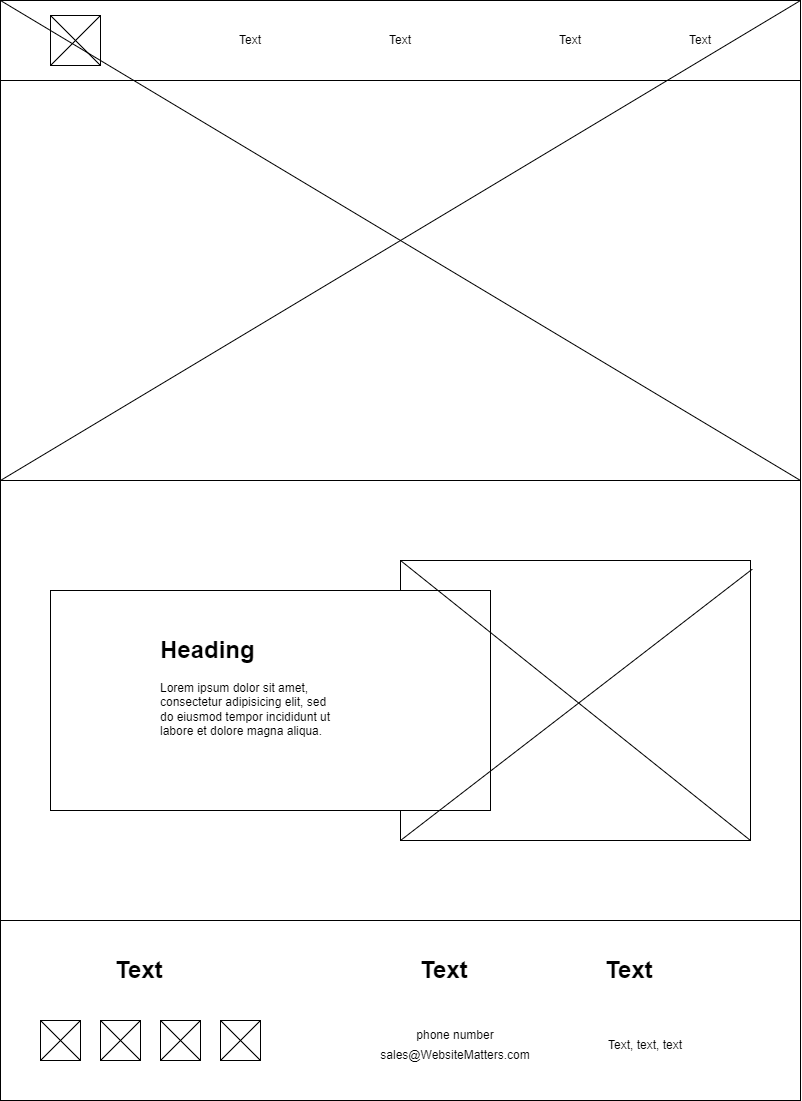
Before: website_matters/images/home_wireframe.png, a diagram exported from draw.io (rociobyui/wdd130). Source tidied: cells renumbered, new cells last; positions are measured from the earlier drawing's top-left corner, leaving out a move shared by most shapes.
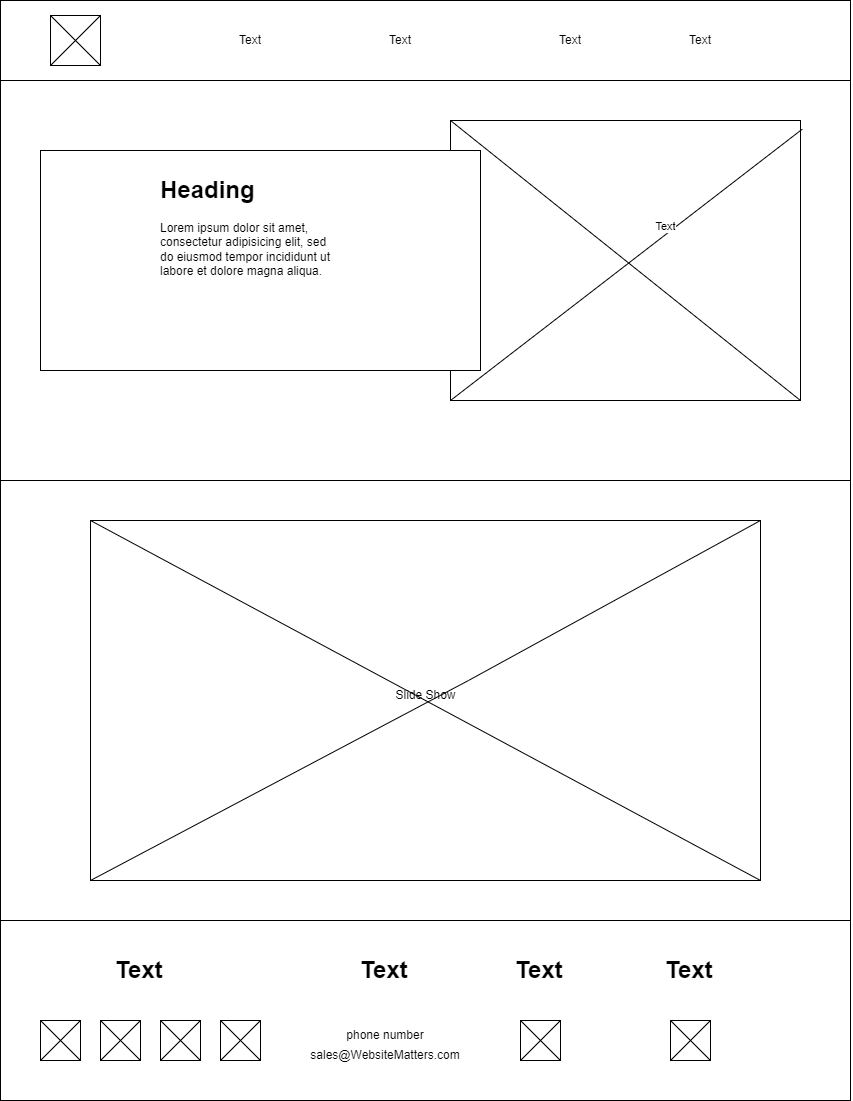
The same diagram one commit later.

What changed in the source:
```diff
@@ -3,7 +3,7 @@
     <mxCell id="0" />
     <mxCell id="1" parent="0" />
     <mxCell id="2" style="rounded=0;whiteSpace=wrap;html=1;" parent="1" vertex="1">
-      <mxGeometry width="800" height="80" as="geometry" />
+      <mxGeometry width="850" height="80" as="geometry" />
     </mxCell>
     <mxCell id="3" style="whiteSpace=wrap;html=1;" parent="1" vertex="1">
       <mxGeometry x="50" y="15" width="50" height="50" as="geometry" />
@@ -15,16 +15,16 @@
       <mxGeometry relative="1" as="geometry" />
     </mxCell>
     <mxCell id="6" style="rounded=0;whiteSpace=wrap;html=1;" parent="1" vertex="1">
-      <mxGeometry y="920" width="800" height="180" as="geometry" />
+      <mxGeometry y="920" width="850" height="180" as="geometry" />
     </mxCell>
     <mxCell id="7" value="&lt;h1&gt;Text&lt;/h1&gt;" style="text;html=1;strokeColor=none;fillColor=none;spacing=5;spacingTop=-20;whiteSpace=wrap;overflow=hidden;rounded=0;" parent="1" vertex="1">
-      <mxGeometry x="600" y="950" width="100" height="40" as="geometry" />
+      <mxGeometry x="660" y="950" width="100" height="40" as="geometry" />
     </mxCell>
     <mxCell id="8" value="sales@WebsiteMatters.com" style="text;html=1;strokeColor=none;fillColor=none;align=center;verticalAlign=middle;whiteSpace=wrap;rounded=0;" parent="1" vertex="1">
-      <mxGeometry x="425" y="1040" width="60" height="30" as="geometry" />
+      <mxGeometry x="355" y="1040" width="60" height="30" as="geometry" />
     </mxCell>
     <mxCell id="9" value="phone number" style="text;html=1;strokeColor=none;fillColor=none;align=center;verticalAlign=middle;whiteSpace=wrap;rounded=0;" parent="1" vertex="1">
-      <mxGeometry x="410" y="1020" width="90" height="30" as="geometry" />
+      <mxGeometry x="340" y="1020" width="90" height="30" as="geometry" />
     </mxCell>
     <mxCell id="10" value="Text" style="text;html=1;strokeColor=none;fillColor=none;align=center;verticalAlign=middle;whiteSpace=wrap;rounded=0;" parent="1" vertex="1">
       <mxGeometry x="220" y="25" width="60" height="30" as="geometry" />
@@ -39,16 +39,13 @@
       <mxGeometry x="670" y="25" width="60" height="30" as="geometry" />
     </mxCell>
     <mxCell id="14" style="rounded=0;whiteSpace=wrap;html=1;" parent="1" vertex="1">
-      <mxGeometry y="80" width="800" height="400" as="geometry" />
+      <mxGeometry y="80" width="850" height="400" as="geometry" />
     </mxCell>
     <mxCell id="15" style="rounded=0;whiteSpace=wrap;html=1;" parent="1" vertex="1">
-      <mxGeometry y="480" width="800" height="440" as="geometry" />
+      <mxGeometry x="90" y="520" width="670" height="360" as="geometry" />
     </mxCell>
-    <mxCell id="16" value="Text, text, text" style="text;html=1;strokeColor=none;fillColor=none;align=center;verticalAlign=middle;whiteSpace=wrap;rounded=0;" parent="1" vertex="1">
-      <mxGeometry x="600" y="1030" width="90" height="30" as="geometry" />
-    </mxCell>
     <mxCell id="17" value="&lt;h1&gt;Text&lt;/h1&gt;" style="text;html=1;strokeColor=none;fillColor=none;spacing=5;spacingTop=-20;whiteSpace=wrap;overflow=hidden;rounded=0;" parent="1" vertex="1">
-      <mxGeometry x="415" y="950" width="90" height="40" as="geometry" />
+      <mxGeometry x="355" y="950" width="90" height="40" as="geometry" />
     </mxCell>
     <mxCell id="18" value="&lt;h1&gt;Text&lt;/h1&gt;" style="text;html=1;strokeColor=none;fillColor=none;spacing=5;spacingTop=-20;whiteSpace=wrap;overflow=hidden;rounded=0;" parent="1" vertex="1">
       <mxGeometry x="110" y="950" width="80" height="40" as="geometry" />
@@ -65,29 +62,38 @@
     <mxCell id="22" style="whiteSpace=wrap;html=1;" parent="1" vertex="1">
       <mxGeometry x="220" y="1020" width="40" height="40" as="geometry" />
     </mxCell>
-    <mxCell id="23" style="endArrow=none;html=1;rounded=0;exitX=0;exitY=1;exitDx=0;exitDy=0;entryX=1;entryY=0;entryDx=0;entryDy=0;" parent="1" edge="1" source="14" target="2">
-      <mxGeometry relative="1" as="geometry" />
+    <mxCell id="23" style="endArrow=none;html=1;rounded=0;exitX=0;exitY=0;exitDx=0;exitDy=0;" parent="1" edge="1" source="15">
+      <mxGeometry relative="1" as="geometry">
+        <mxPoint x="760" y="880" as="targetPoint" />
+      </mxGeometry>
     </mxCell>
-    <mxCell id="24" style="endArrow=none;html=1;rounded=0;exitX=1;exitY=0;exitDx=0;exitDy=0;entryX=0;entryY=0;entryDx=0;entryDy=0;" parent="1" edge="1" source="15" target="2">
+    <mxCell id="24" style="endArrow=none;html=1;rounded=0;exitX=1;exitY=0;exitDx=0;exitDy=0;entryX=0;entryY=1;entryDx=0;entryDy=0;" parent="1" edge="1" source="47" target="15">
       <mxGeometry relative="1" as="geometry" />
     </mxCell>
     <mxCell id="25" style="rounded=0;whiteSpace=wrap;html=1;" parent="1" vertex="1">
-      <mxGeometry x="400" y="560" width="350" height="280" as="geometry" />
+      <mxGeometry x="450" y="120" width="350" height="280" as="geometry" />
     </mxCell>
     <mxCell id="26" style="rounded=0;whiteSpace=wrap;html=1;" parent="1" vertex="1">
-      <mxGeometry x="50" y="590" width="440" height="220" as="geometry" />
+      <mxGeometry x="40" y="150" width="440" height="220" as="geometry" />
     </mxCell>
     <mxCell id="27" style="endArrow=none;html=1;rounded=0;exitX=0;exitY=1;exitDx=0;exitDy=0;entryX=1.005;entryY=0.031;entryDx=0;entryDy=0;entryPerimeter=0;" parent="1" edge="1" source="25" target="25">
       <mxGeometry relative="1" as="geometry" />
     </mxCell>
+    <mxCell id="38" value="Text" style="edgeLabel;html=1;align=center;verticalAlign=middle;" parent="27" vertex="1">
+      <mxGeometry x="0.24" y="8" relative="1" as="geometry" />
+    </mxCell>
     <mxCell id="28" style="endArrow=none;html=1;rounded=0;entryX=0;entryY=0;entryDx=0;entryDy=0;exitX=1;exitY=1;exitDx=0;exitDy=0;" parent="1" edge="1" source="25" target="25">
       <mxGeometry relative="1" as="geometry" />
     </mxCell>
     <mxCell id="29" value="&lt;h1&gt;Heading&lt;/h1&gt;&lt;p&gt;Lorem ipsum dolor sit amet, consectetur adipisicing elit, sed do eiusmod tempor incididunt ut labore et dolore magna aliqua.&lt;/p&gt;" style="text;html=1;strokeColor=none;fillColor=none;spacing=5;spacingTop=-20;whiteSpace=wrap;overflow=hidden;rounded=0;" parent="1" vertex="1">
-      <mxGeometry x="155" y="630" width="190" height="120" as="geometry" />
+      <mxGeometry x="155" y="170" width="190" height="120" as="geometry" />
     </mxCell>
     <mxCell id="30" style="endArrow=none;html=1;rounded=0;exitX=0;exitY=1;exitDx=0;exitDy=0;entryX=1;entryY=0;entryDx=0;entryDy=0;" parent="1" edge="1" source="19" target="19">
-      <mxGeometry relative="1" as="geometry" />
+      <mxGeometry relative="1" as="geometry">
+        <Array as="points">
+          <mxPoint x="80" y="1020" />
+        </Array>
+      </mxGeometry>
     </mxCell>
     <mxCell id="31" style="endArrow=none;html=1;rounded=0;exitX=1;exitY=1;exitDx=0;exitDy=0;entryX=0;entryY=0;entryDx=0;entryDy=0;" parent="1" edge="1" source="19" target="19">
       <mxGeometry relative="1" as="geometry" />
@@ -110,5 +116,38 @@
     <mxCell id="37" style="endArrow=none;html=1;rounded=0;exitX=1;exitY=1;exitDx=0;exitDy=0;entryX=0;entryY=0;entryDx=0;entryDy=0;" parent="1" edge="1" source="22" target="22">
       <mxGeometry relative="1" as="geometry" />
     </mxCell>
+    <mxCell id="39" style="whiteSpace=wrap;html=1;" parent="1" vertex="1">
+      <mxGeometry x="520" y="1020" width="40" height="40" as="geometry" />
+    </mxCell>
+    <mxCell id="40" style="endArrow=none;html=1;rounded=0;entryX=1;entryY=0;entryDx=0;entryDy=0;exitX=0;exitY=1;exitDx=0;exitDy=0;" parent="1" edge="1" source="39" target="39">
+      <mxGeometry relative="1" as="geometry" />
+    </mxCell>
+    <mxCell id="41" style="endArrow=none;html=1;rounded=0;entryX=1;entryY=1;entryDx=0;entryDy=0;exitX=0;exitY=0;exitDx=0;exitDy=0;" parent="1" edge="1" source="39" target="39">
+      <mxGeometry relative="1" as="geometry" />
+    </mxCell>
+    <mxCell id="42" value="&lt;h1&gt;Text&lt;/h1&gt;" style="text;html=1;strokeColor=none;fillColor=none;spacing=5;spacingTop=-20;whiteSpace=wrap;overflow=hidden;rounded=0;" parent="1" vertex="1">
+      <mxGeometry x="510" y="950" width="100" height="40" as="geometry" />
+    </mxCell>
+    <mxCell id="43" style="whiteSpace=wrap;html=1;" parent="1" vertex="1">
+      <mxGeometry x="670" y="1020" width="40" height="40" as="geometry" />
+    </mxCell>
+    <mxCell id="44" style="endArrow=none;html=1;rounded=0;entryX=0;entryY=0;entryDx=0;entryDy=0;exitX=1;exitY=1;exitDx=0;exitDy=0;" parent="1" edge="1" source="43" target="43">
+      <mxGeometry relative="1" as="geometry" />
+    </mxCell>
+    <mxCell id="45" style="endArrow=none;html=1;rounded=0;entryX=1;entryY=0;entryDx=0;entryDy=0;exitX=0;exitY=1;exitDx=0;exitDy=0;" parent="1" edge="1" source="43" target="43">
+      <mxGeometry relative="1" as="geometry" />
+    </mxCell>
+    <mxCell id="46" style="endArrow=none;html=1;rounded=0;exitX=1;exitY=0;exitDx=0;exitDy=0;entryX=1;entryY=0;entryDx=0;entryDy=0;" parent="1" edge="1" source="15" target="47">
+      <mxGeometry relative="1" as="geometry" />
+    </mxCell>
+    <mxCell id="47" value="Slide Show" style="text;html=1;strokeColor=none;fillColor=none;align=center;verticalAlign=middle;whiteSpace=wrap;rounded=0;" parent="1" vertex="1">
+      <mxGeometry x="383" y="680" width="85" height="30" as="geometry" />
+    </mxCell>
+    <mxCell id="48" style="endArrow=none;html=1;rounded=0;entryX=0;entryY=1;entryDx=0;entryDy=0;exitX=0;exitY=0;exitDx=0;exitDy=0;" parent="1" edge="1" source="6" target="14">
+      <mxGeometry relative="1" as="geometry" />
+    </mxCell>
+    <mxCell id="49" style="endArrow=none;html=1;rounded=0;exitX=1;exitY=0;exitDx=0;exitDy=0;entryX=1;entryY=1;entryDx=0;entryDy=0;" parent="1" edge="1" source="6" target="14">
+      <mxGeometry relative="1" as="geometry" />
+    </mxCell>
   </root>
 </mxGraphModel>
```
